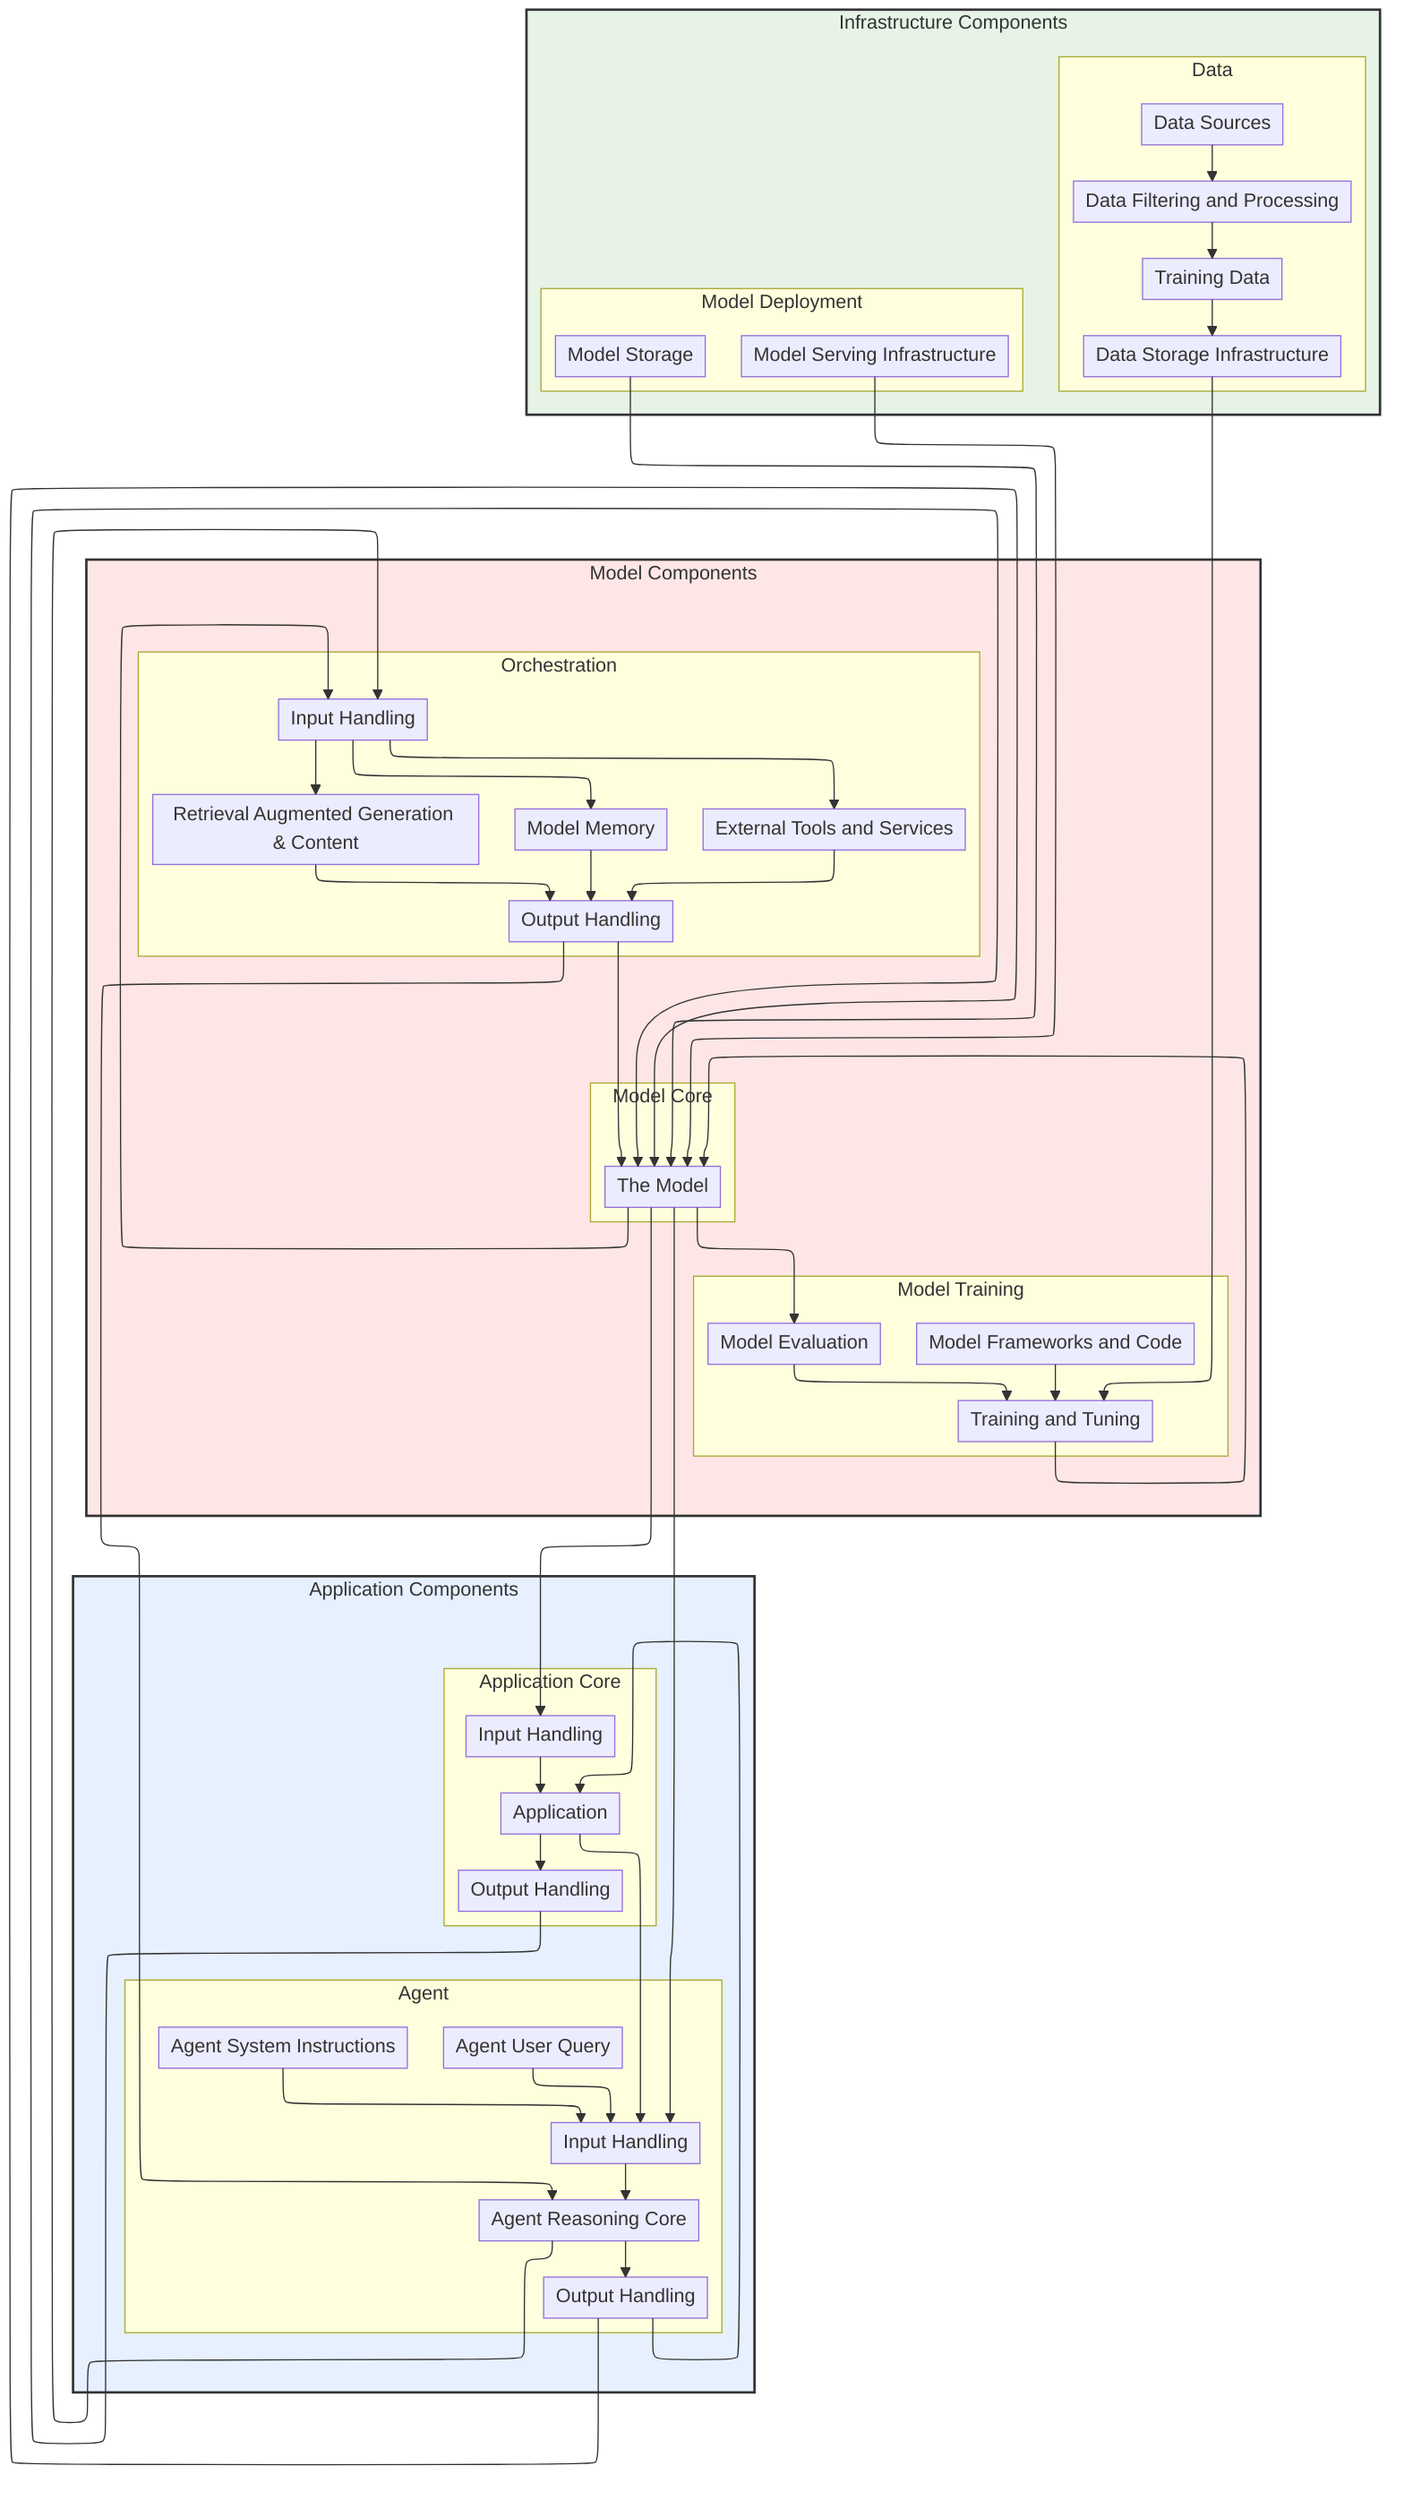
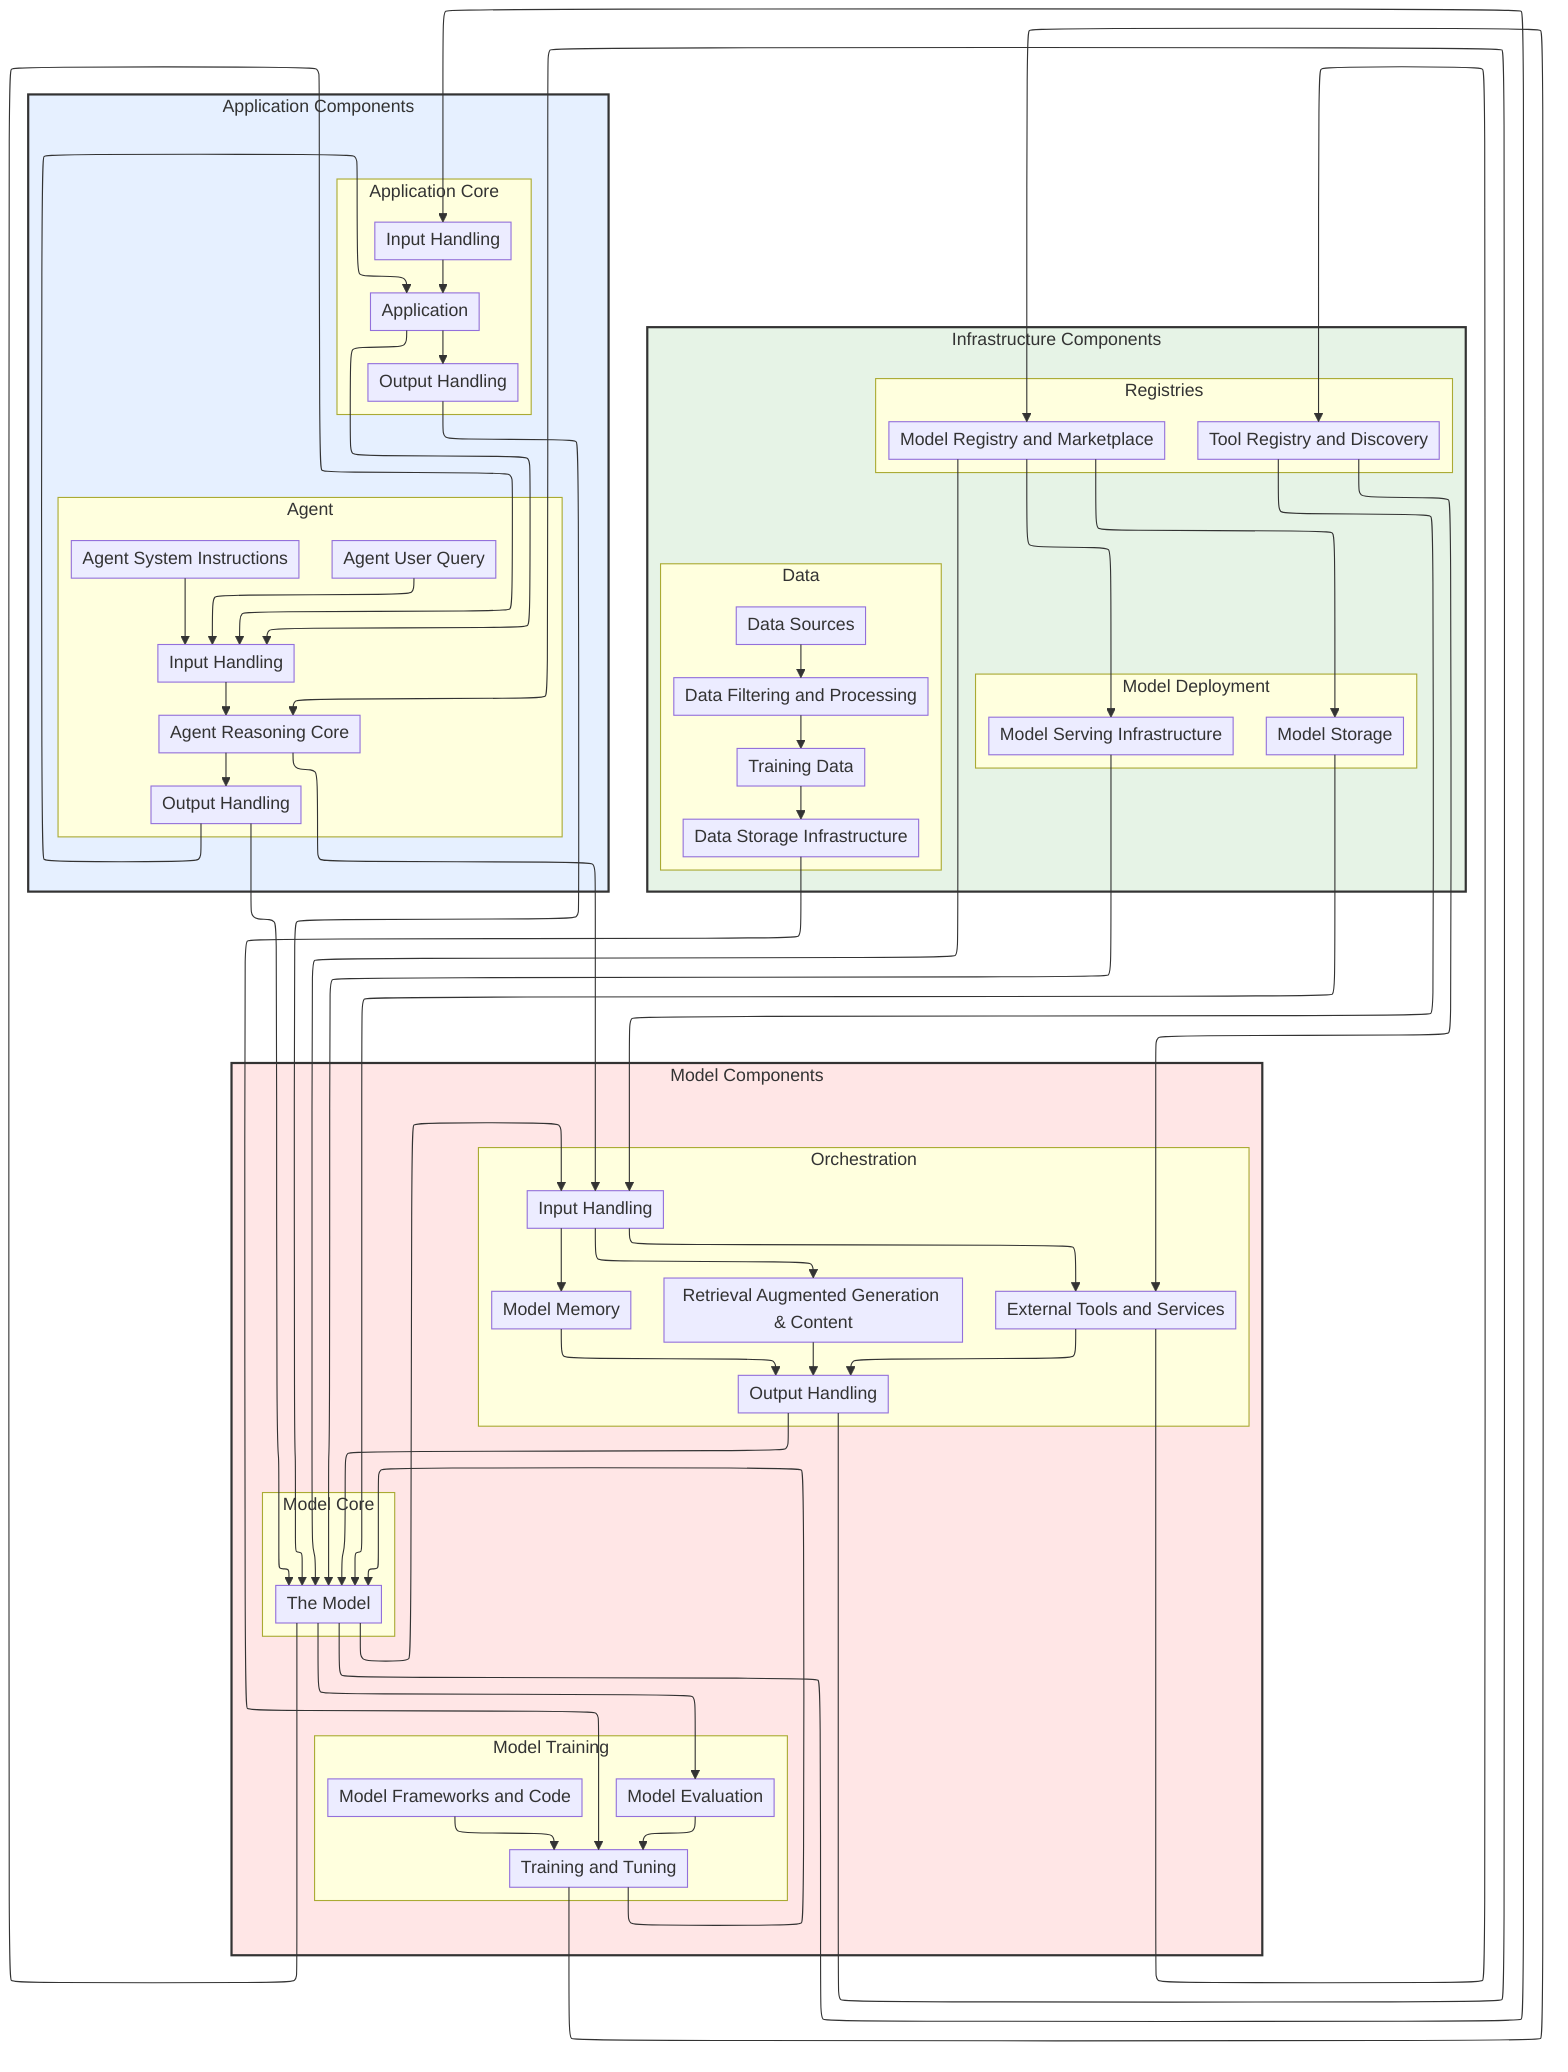
---
config:
  layout: elk
  elk:
    mergeEdges: False
    nodePlacementStrategy: BRANDES_KOEPF
---

graph TD
   %%{init: {'flowchart': {'nodeSpacing': 25, 'rankSpacing': 30, 'padding': 5, 'wrappingWidth': 250}}}%%
    classDef hidden display: none;
    classDef allControl stroke:#4285f4,stroke-width:2px,stroke-dasharray: 5 5

    subgraph componentsInfrastructure ["Infrastructure Components"]
        subgraph componentsData ["Data"]
            componentDataFilteringAndProcessing[Data Filtering and Processing]
            componentDataSources[Data Sources]
            componentDataStorage[Data Storage Infrastructure]
            componentTrainingData[Training Data]
        end
        subgraph componentsModelDeployment ["Model Deployment"]
            componentModelServing[Model Serving Infrastructure]
            componentModelStorage[Model Storage]
+         end
+         subgraph componentsRegistries ["Registries"]
+             componentModelRegistry[Model Registry and Marketplace]
+             componentToolRegistry[Tool Registry and Discovery]
        end
    end

    subgraph componentsModel ["Model Components"]
        subgraph componentsModelTraining ["Model Training"]
            componentModelEvaluation[Model Evaluation]
            componentModelFrameworksAndCode[Model Frameworks and Code]
            componentModelTrainingTuning[Training and Tuning]
        end
        subgraph componentsModelCore ["Model Core"]
            componentTheModel[The Model]
        end
        subgraph componentsOrchestration ["Orchestration"]
            componentMemory[Model Memory]
            componentOrchestrationInputHandling[Input Handling]
            componentOrchestrationOutputHandling[Output Handling]
            componentRAGContent[Retrieval Augmented Generation & Content]
            componentTools[External Tools and Services]
        end
    end

    subgraph componentsApplication ["Application Components"]
        subgraph componentsApplicationCore ["Application Core"]
            componentApplication[Application]
            componentApplicationInputHandling[Input Handling]
            componentApplicationOutputHandling[Output Handling]
        end
        subgraph componentsAgent ["Agent"]
            componentAgentInputHandling[Input Handling]
            componentAgentOutputHandling[Output Handling]
            componentAgentSystemInstruction[Agent System Instructions]
            componentAgentUserQuery[Agent User Query]
            componentReasoningCore[Agent Reasoning Core]
        end
    end


    componentDataSources --> componentDataFilteringAndProcessing
    componentDataFilteringAndProcessing --> componentTrainingData
    componentTrainingData --> componentDataStorage
    componentDataStorage --> componentModelTrainingTuning
    componentModelFrameworksAndCode --> componentModelTrainingTuning
    componentModelEvaluation --> componentModelTrainingTuning
    componentModelTrainingTuning --> componentTheModel
+     componentModelTrainingTuning --> componentModelRegistry
    componentModelStorage --> componentTheModel
    componentModelServing --> componentTheModel
+     componentModelRegistry --> componentModelServing
+     componentModelRegistry --> componentTheModel
+     componentModelRegistry --> componentModelStorage
    componentTheModel --> componentModelEvaluation
    componentTheModel --> componentAgentInputHandling
    componentTheModel --> componentApplicationInputHandling
    componentTheModel --> componentOrchestrationInputHandling
    componentApplication --> componentApplicationOutputHandling
    componentApplication --> componentAgentInputHandling
    componentApplicationOutputHandling --> componentTheModel
    componentApplicationInputHandling --> componentApplication
    componentReasoningCore --> componentAgentOutputHandling
    componentReasoningCore --> componentOrchestrationInputHandling
    componentOrchestrationOutputHandling --> componentReasoningCore
    componentOrchestrationOutputHandling --> componentTheModel
    componentOrchestrationInputHandling --> componentTools
    componentOrchestrationInputHandling --> componentMemory
    componentOrchestrationInputHandling --> componentRAGContent
    componentTools --> componentOrchestrationOutputHandling
+     componentTools --> componentToolRegistry
+     componentToolRegistry --> componentOrchestrationInputHandling
+     componentToolRegistry --> componentTools
    componentMemory --> componentOrchestrationOutputHandling
    componentRAGContent --> componentOrchestrationOutputHandling
    componentAgentUserQuery --> componentAgentInputHandling
    componentAgentSystemInstruction --> componentAgentInputHandling
    componentAgentInputHandling --> componentReasoningCore
    componentAgentOutputHandling --> componentApplication
    componentAgentOutputHandling --> componentTheModel

%% Node style definitions
    style componentsInfrastructure fill:#e6f3e6,stroke:#333333,stroke-width:2px
    style componentsApplication fill:#e6f0ff,stroke:#333333,stroke-width:2px
    style componentsModel fill:#ffe6e6,stroke:#333333,stroke-width:2px
